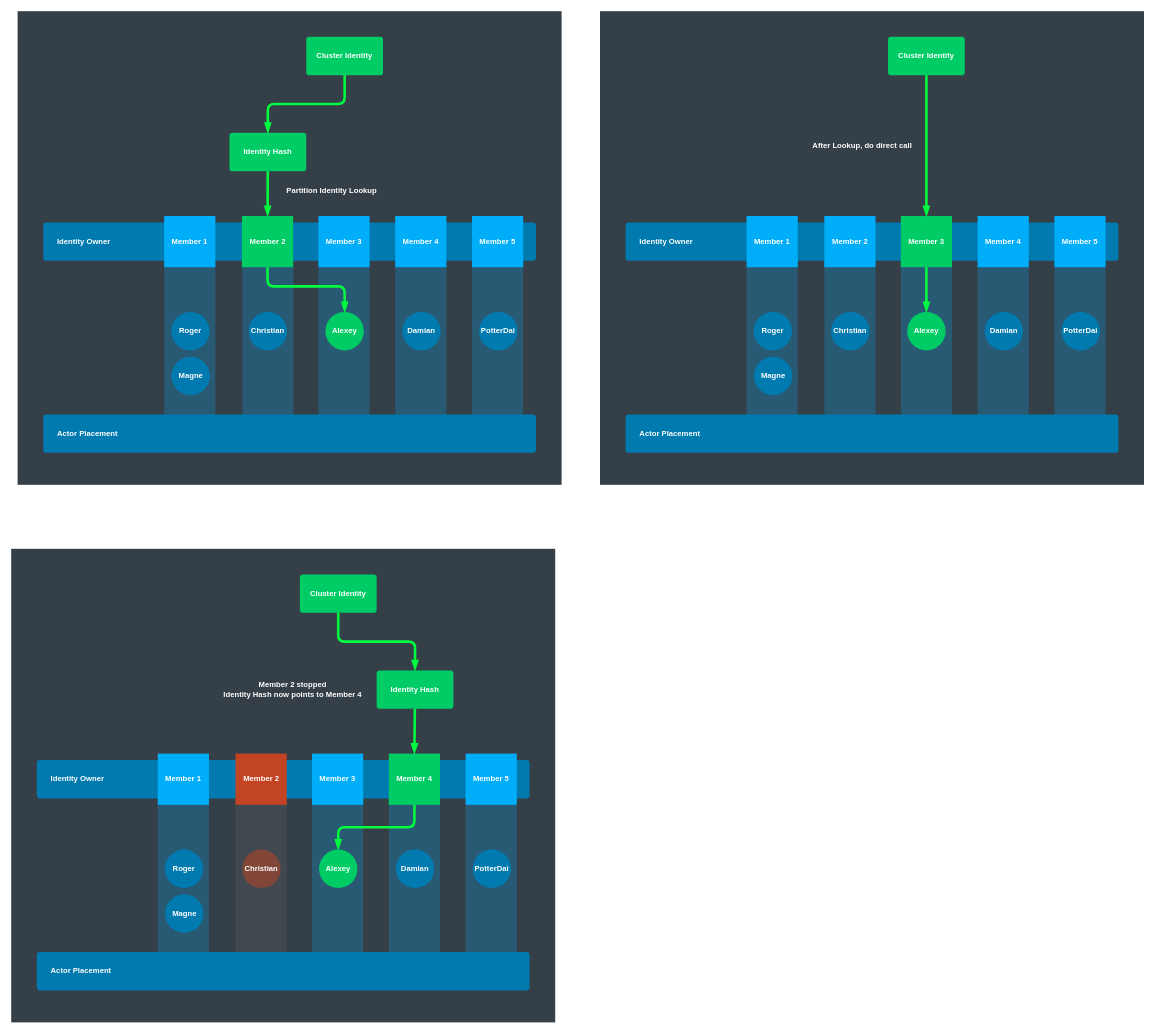
The draw.io diagram page "Lookup" (10 of 13) of hugo/content/docs/cluster/intro/clusterintro.drawio in asynkron/protoactor-website, before the edit. Source tidied: cells renumbered, new cells numbered last; positions are measured from the earlier drawing's top-left corner, leaving out a move shared by most shapes. Both pictures are drawn from the tidied source at 64%, with x=0, y=0 at pixel (11, 11).
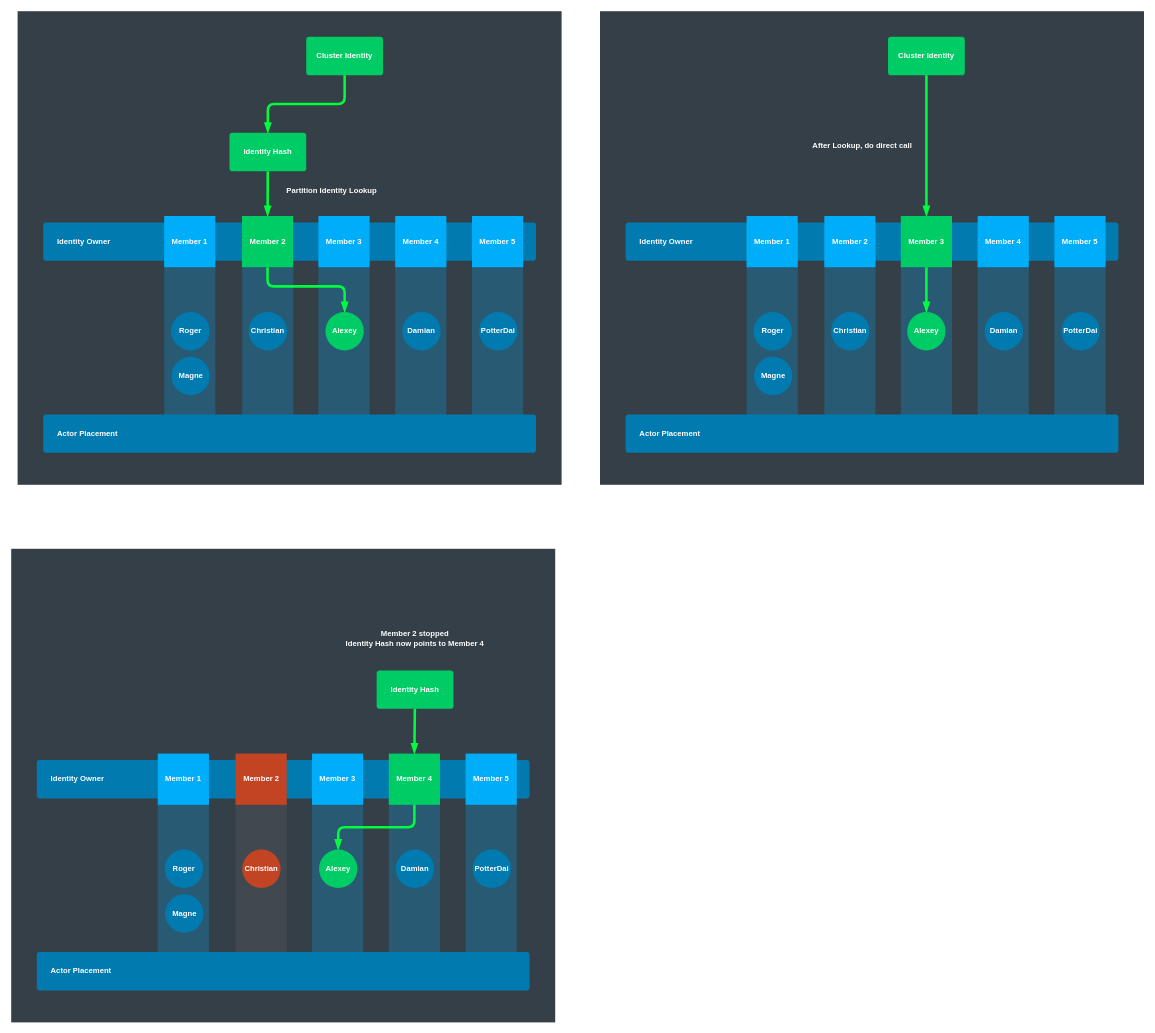
The same page after the edit.

The change refers to these unchanged cells:
```xml
<mxCell id="70" value="Identity Hash" style="rounded=1;whiteSpace=wrap;html=1;fontStyle=1;strokeColor=none;fontColor=#FFFFFF;arcSize=8;fillColor=#00CC66;perimeterSpacing=0;" parent="1" vertex="1">
  <mxGeometry x="571" y="1030" width="120" height="60" as="geometry" />
</mxCell>
```

What changed in the source:
```diff
@@
-    <mxCell id="66" value="Christian" style="ellipse;whiteSpace=wrap;html=1;strokeWidth=3;fontColor=#FFFFFF;fontStyle=1;strokeColor=none;perimeterSpacing=10;fillColor=#C34423;fillOpacity=50;" parent="1" vertex="1">
+    <mxCell id="66" value="Christian" style="ellipse;whiteSpace=wrap;html=1;strokeWidth=3;fontColor=#FFFFFF;fontStyle=1;strokeColor=none;perimeterSpacing=10;fillColor=#C34423;fillOpacity=100;" parent="1" vertex="1">
       <mxGeometry x="361" y="1310" width="60" height="60" as="geometry" />
     </mxCell>
@@
-    <mxCell id="71" style="edgeStyle=orthogonalEdgeStyle;sketch=0;jettySize=auto;html=1;entryX=0.5;entryY=0;entryDx=0;entryDy=0;shadow=0;endArrow=blockThin;endFill=1;strokeColor=#00FC3F;strokeWidth=4;fontColor=#FFFFFF;" parent="1" edge="1" source="72" target="70">
-      <mxGeometry relative="1" as="geometry" />
-    </mxCell>
-    <mxCell id="72" value="Cluster Identity" style="rounded=1;whiteSpace=wrap;html=1;fontStyle=1;strokeColor=none;fontColor=#FFFFFF;arcSize=8;fillColor=#00CC66;perimeterSpacing=0;" parent="1" vertex="1">
-      <mxGeometry x="451" y="880" width="120" height="60" as="geometry" />
-    </mxCell>
@@
     <mxCell id="74" value="Member 2 stopped&lt;br&gt;Identity Hash now points to Member 4" style="text;html=1;strokeColor=none;fillColor=none;align=center;verticalAlign=middle;whiteSpace=wrap;rounded=0;fontColor=#FFFFFF;fontStyle=1;" parent="1" vertex="1">
-      <mxGeometry x="320" y="1050" width="240" height="20" as="geometry" />
+      <mxGeometry x="511" y="970" width="240" height="20" as="geometry" />
     </mxCell>
```
